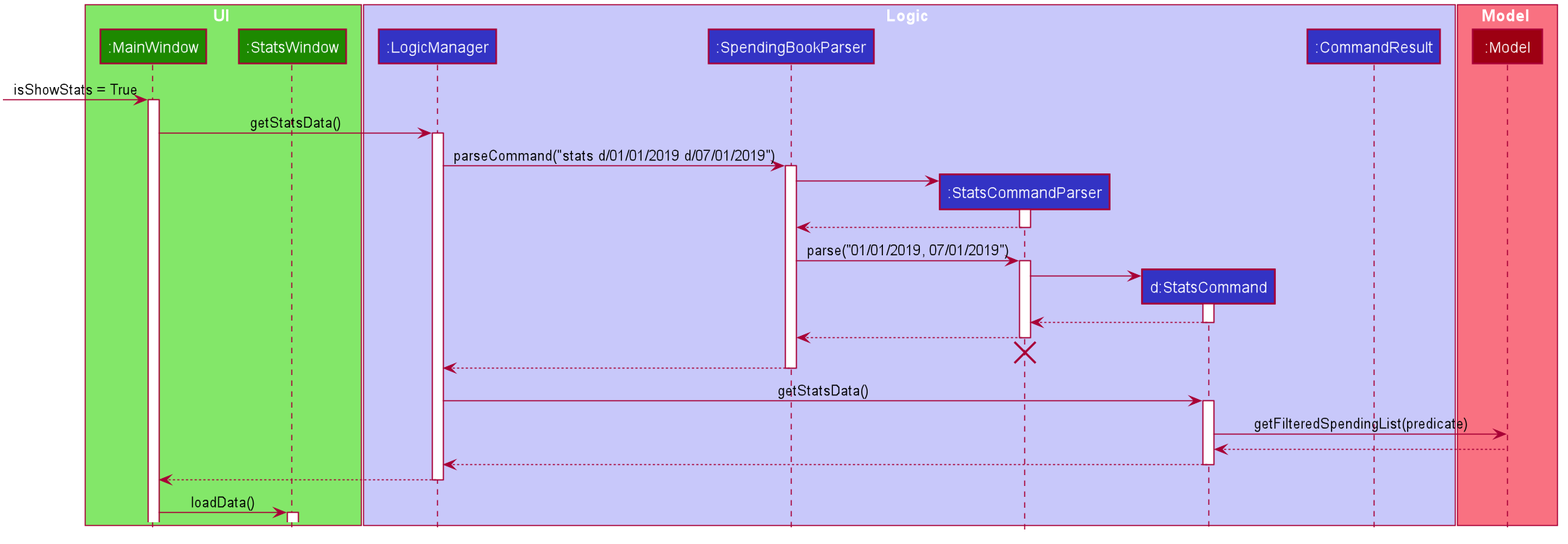
This is docs/images/StatsDataSequenceDiagram.png from nus-cs2103-AY1920S1/addressbook-level3, a PlantUML export, as it was before one commit. Its diagram source:
```plantuml
@startuml








skinparam BackgroundColor #FFFFFFF

skinparam Shadowing false

skinparam Class {
    FontColor #FFFFFF
    BorderThickness 1
    BorderColor #FFFFFF
    StereotypeFontColor #FFFFFF
    FontName Arial
}

skinparam Actor {
    BorderColor #000000
    Color #000000
    FontName Arial
}

skinparam Sequence {
    MessageAlign center
    BoxFontSize 15
    BoxPadding 0
    BoxFontColor #FFFFFF
    FontName Arial
}

skinparam Participant {
    FontColor #FFFFFFF
    Padding 20
}

skinparam MinClassWidth 50
skinparam ParticipantPadding 10
skinparam Shadowing false
skinparam DefaultTextAlignment center
skinparam packageStyle Rectangle

hide footbox
hide members
hide circle

box UI #83E769
participant ":MainWindow" as MainWindow #1D8900
participant ":StatsWindow" as StatsWindow #1D8900
end box

box Logic #C8C8FA
participant ":LogicManager" as LogicManager #3333C4
participant ":SpendingBookParser" as SpendingBookParser #3333C4
participant ":StatsCommandParser" as StatsCommandParser #3333C4
participant "d:StatsCommand" as StatsCommand #3333C4
participant ":CommandResult" as CommandResult #3333C4
end box

box Model #F97181
participant ":Model" as Model #9D0012
end box

[-> MainWindow : isShowStats = True
activate MainWindow

MainWindow -> LogicManager : getStatsData()
activate LogicManager

LogicManager -> SpendingBookParser : parseCommand("stats d/01/01/2019 d/07/01/2019")
activate SpendingBookParser

create StatsCommandParser
SpendingBookParser -> StatsCommandParser
activate StatsCommandParser

StatsCommandParser --> SpendingBookParser
deactivate StatsCommandParser

SpendingBookParser -> StatsCommandParser : parse("01/01/2019, 07/01/2019")
activate StatsCommandParser

create StatsCommand
StatsCommandParser -> StatsCommand
activate StatsCommand

StatsCommand --> StatsCommandParser
deactivate StatsCommand

StatsCommandParser --> SpendingBookParser
deactivate StatsCommandParser
StatsCommandParser -[hidden]-> SpendingBookParser
destroy StatsCommandParser

SpendingBookParser --> LogicManager
deactivate SpendingBookParser

LogicManager -> StatsCommand : getStatsData()
activate StatsCommand

StatsCommand -> Model : getFilteredSpendingList(predicate)

Model --> StatsCommand
deactivate Model

StatsCommand --> LogicManager
deactivate StatsCommand

LogicManager --> MainWindow
deactivate LogicManager

MainWindow -> StatsWindow: loadData()
activate StatsWindow


@enduml
```
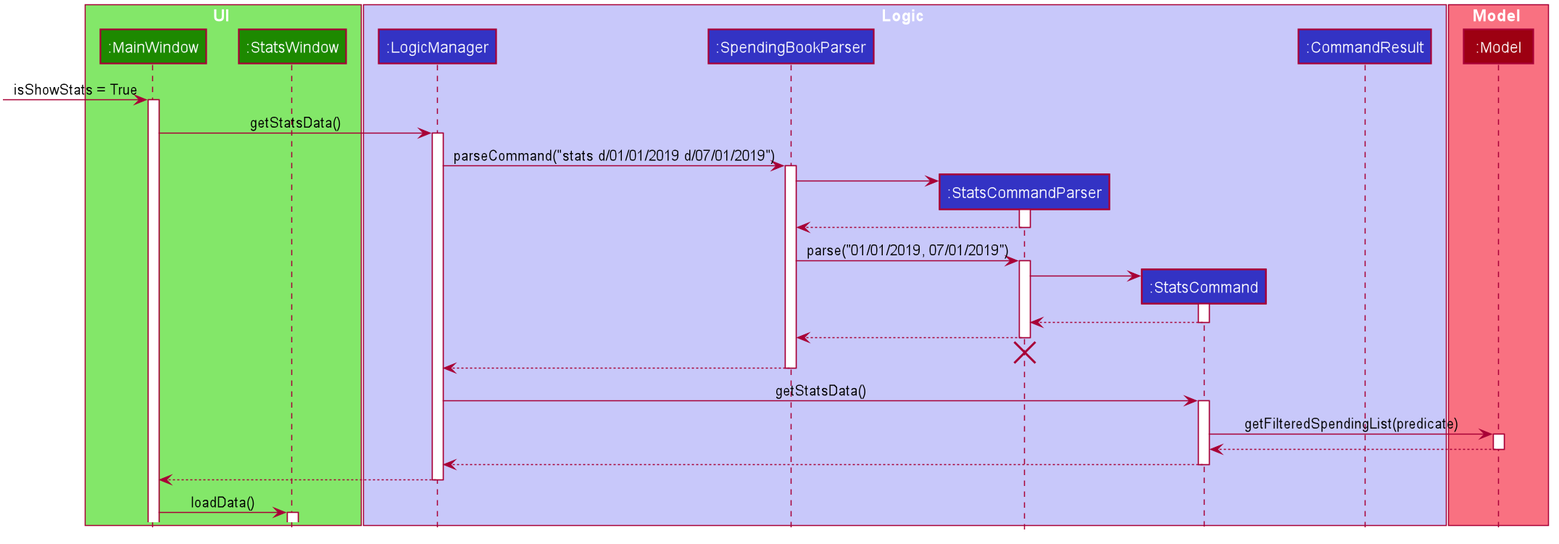
Above is the later version.

Commit message:
Update Minor Mistakes in Diagrams

Diff of the diagram source:
```diff
@@ -57,7 +57,7 @@
 participant ":LogicManager" as LogicManager #3333C4
 participant ":SpendingBookParser" as SpendingBookParser #3333C4
 participant ":StatsCommandParser" as StatsCommandParser #3333C4
-participant "d:StatsCommand" as StatsCommand #3333C4
+participant ":StatsCommand" as StatsCommand #3333C4
 participant ":CommandResult" as CommandResult #3333C4
 end box
 
@@ -103,6 +103,7 @@
 activate StatsCommand
 
 StatsCommand -> Model : getFilteredSpendingList(predicate)
+activate Model
 
 Model --> StatsCommand
 deactivate Model
```
